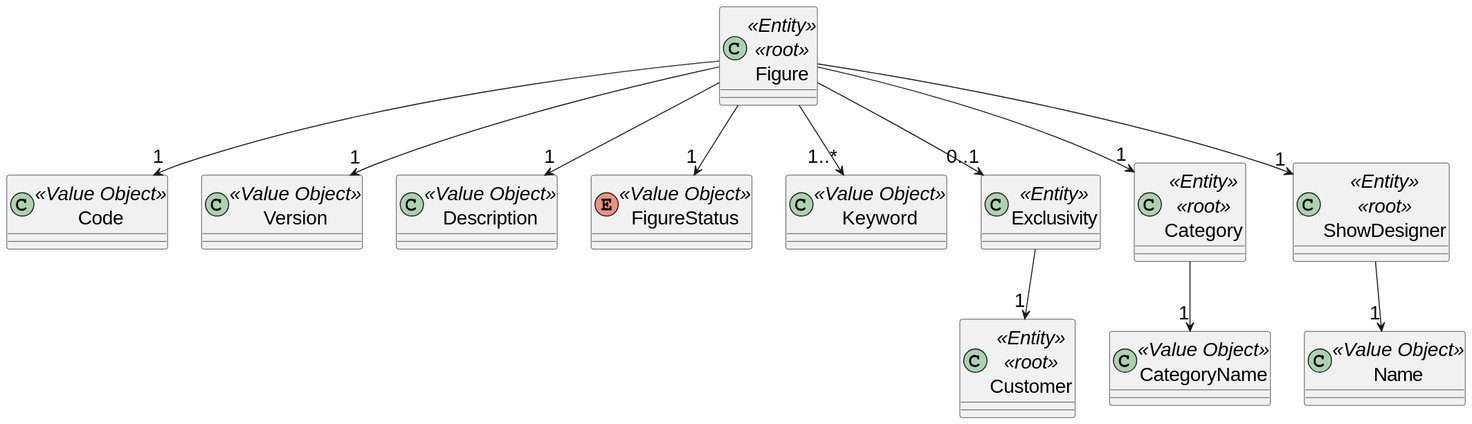
This is docs/SPRINT_2/US231/images/domain_model_us231.svg from diogoveirospro/sem4pi-2024-2025-sem4pi_2024_2025_g44, a PlantUML export, as it was before one commit.
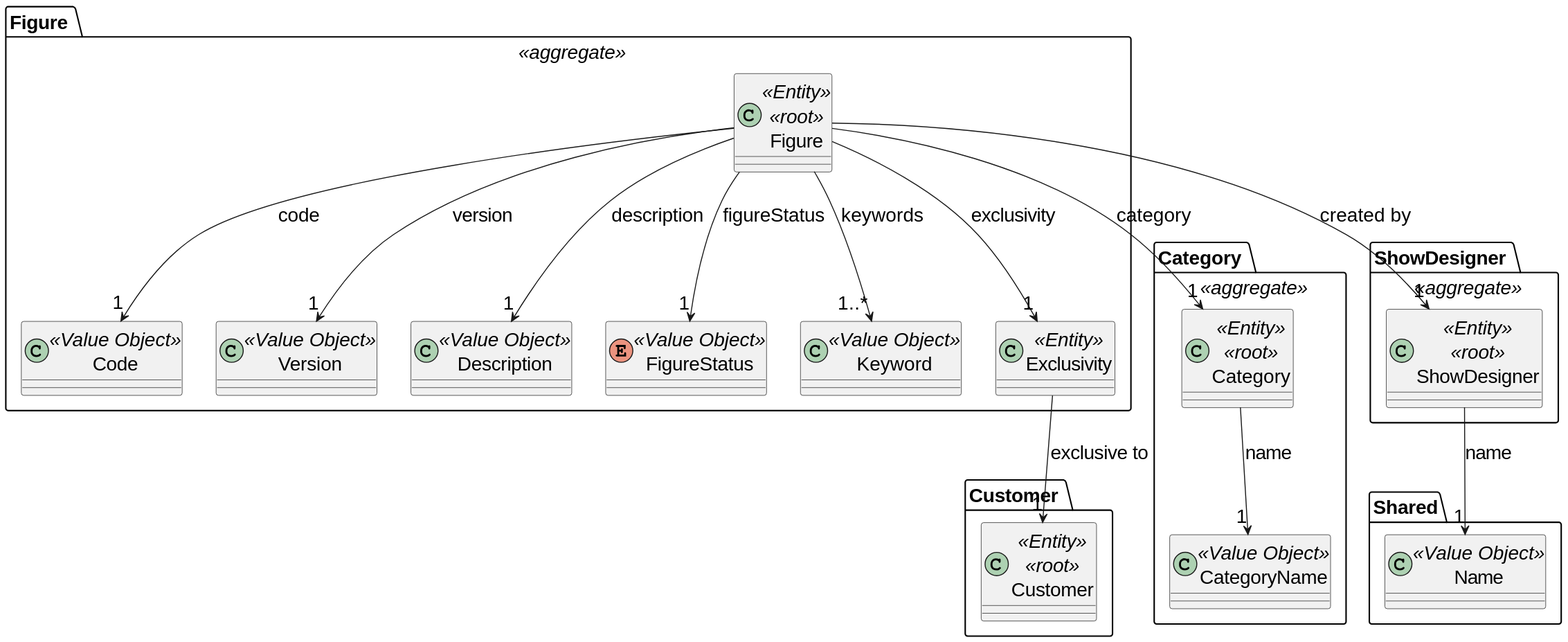
Above is the later version.

Commit message:
#21 Made writing corrections in the US231 documentation for improved clarity and fixed one of the US tests. #6 Corrected the domain model by removing an extra link to the Name class.

What changed in the source:
```diff
@@ -1,35 +1,72 @@
 @startuml
 skinparamlocked defaultFontSize 20
 
-class Figure <<Entity>> <<root>> {
+package "Customer " {
+
+    class Customer <<Entity>> <<root>>{
+    }
 }
 
-class Code <<Value Object>>
-class Version <<Value Object>>
-class Description <<Value Object>>
-enum FigureStatus <<Value Object>>
-class Keyword <<Value Object>>
+package "Figure " <<aggregate>> {
 
-class Exclusivity <<Entity>>
-class Customer <<Entity>> <<root>>
+    class Figure <<Entity>> <<root>>{
+    }
 
-class Category <<Entity>> <<root>>
-class CategoryName <<Value Object>>
+    class Code <<Value Object>>{
+    }
 
-class ShowDesigner <<Entity>> <<root>>
-class Name <<Value Object>>
+    class Version <<Value Object>>{
+    }
 
-Figure --> "1" Code
-Figure --> "1" Version
-Figure --> "1" Description
-Figure --> "1" FigureStatus
-Figure --> "1..*" Keyword
-Figure --> "1" Category
-Figure --> "0..1" Exclusivity
-Figure --> "1" ShowDesigner
+    class Description <<Value Object>>{
+    }
 
-Exclusivity --> "1" Customer
+    enum FigureStatus <<Value Object>>{
+    }
 
-Category --> "1" CategoryName
-ShowDesigner --> "1" Name
+    class Keyword <<Value Object>>{
+    }
+
+    class Exclusivity <<Entity>>{
+    }
+
+
+    Figure --> "1..*" Keyword: keywords
+    Figure --> "1" Exclusivity: exclusivity
+    Figure --> "1" Code: code
+    Figure --> "1" Version: version
+    Figure --> "1" Description: description
+    Figure --> "1" FigureStatus: figureStatus
+
+    Exclusivity --> "1" Customer: exclusive to
+}
+
+package "Category " <<aggregate>>{
+
+    class Category <<Entity>> <<root>>{
+    }
+
+    class CategoryName <<Value Object>>{
+    }
+
+    Category --> "1" CategoryName: name
+
+    Figure --> "1" Category: category
+}
+
+package "ShowDesigner " <<aggregate>>{
+
+    class ShowDesigner <<Entity>> <<root>>{
+    }
+
+    Figure --> "1" ShowDesigner: created by
+}
+
+package Shared {
+
+    class Name <<Value Object>>{
+    }
+
+    ShowDesigner --> "1" Name: name
+}
 @enduml
```
